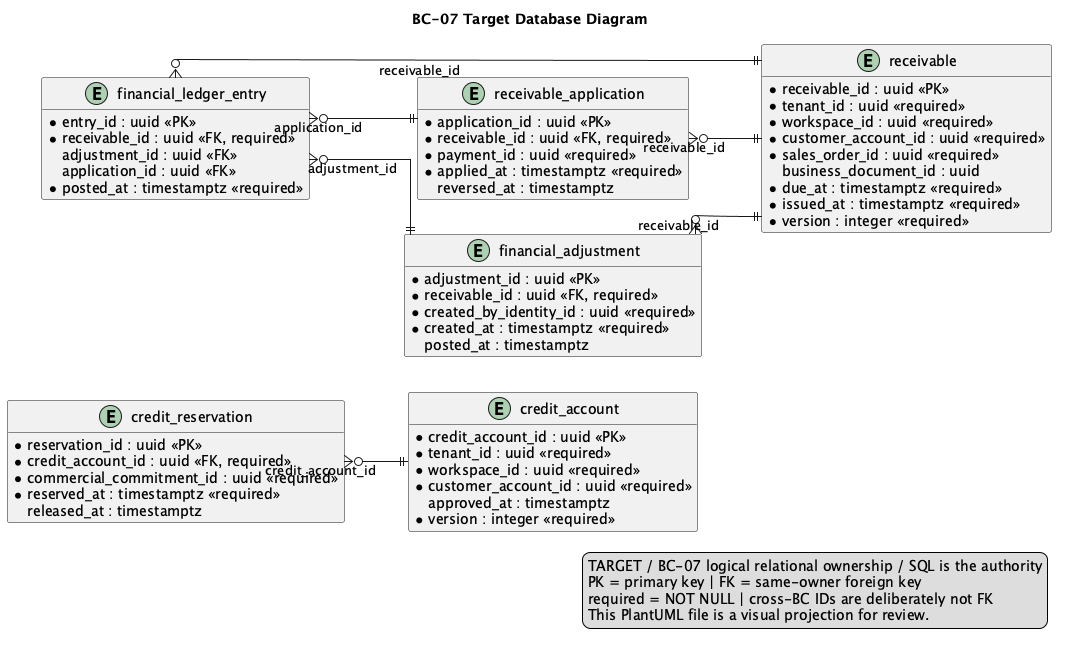
Above: 01-shared/domain/bounded-contexts/BC-07-credit-receivables/data/database-diagram.png in nexa-suite/blueprint (PlantUML), before the change.
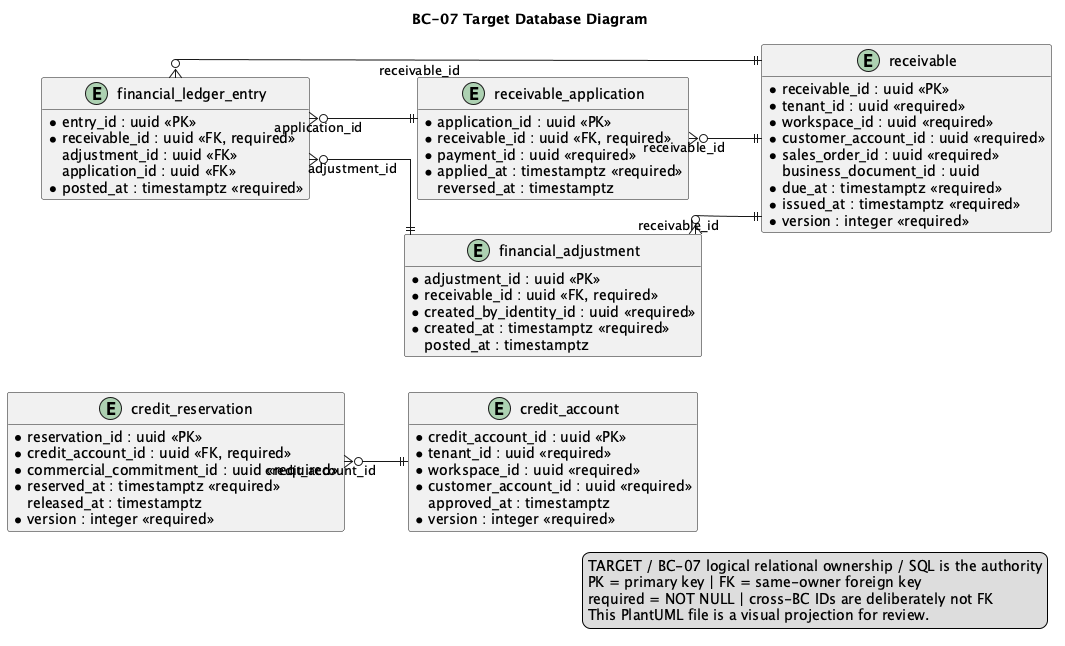
Later version of the same file.

The edit, as a diff of the source:
```diff
@@ -31,6 +31,7 @@
   * status : varchar(32) <<required>>
   * reserved_at : timestamptz <<required>>
     released_at : timestamptz
+  * version : integer <<required>>
 }
 
 entity "receivable" as t_receivable {
```
